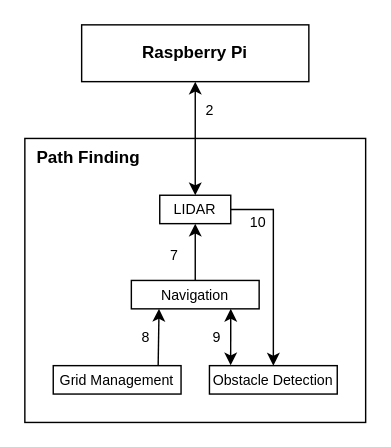
Earlier version of the draw.io diagram documentation/DetailedDesignSpecification/drawio/pathfinding/pathfinding.drawio (tragicfall/Senior-Design). Source tidied: cells renumbered, new cells numbered last; positions are measured from the earlier drawing's top-left corner, leaving out a move shared by most shapes. Both pictures are drawn from the tidied source at 142%, with x=0, y=0 at pixel (24, 24).
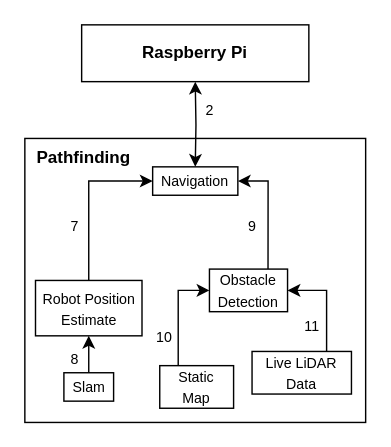
The same diagram, later.

What changed in the source:
```diff
@@
-    <mxCell id="4" value="&lt;b&gt;&amp;nbsp; Path Finding&lt;/b&gt;" style="rounded=0;whiteSpace=wrap;html=1;align=left;verticalAlign=top;" parent="1" vertex="1">
-      <mxGeometry y="80" width="240" height="200" as="geometry" />
-    </mxCell>
-    <mxCell id="5" style="edgeStyle=orthogonalEdgeStyle;rounded=0;jettySize=auto;html=1;exitX=1;exitY=0.5;exitDx=0;exitDy=0;entryX=0.5;entryY=0;entryDx=0;entryDy=0;" parent="1" edge="1" source="6" target="11">
-      <mxGeometry relative="1" as="geometry" />
-    </mxCell>
-    <mxCell id="6" value="&lt;font style=&quot;font-size: 10px;&quot;&gt;LIDAR&lt;/font&gt;" style="rounded=0;whiteSpace=wrap;html=1;" parent="1" vertex="1">
-      <mxGeometry x="95" y="120" width="50" height="20" as="geometry" />
-    </mxCell>
-    <mxCell id="7" style="edgeStyle=orthogonalEdgeStyle;rounded=0;jettySize=auto;html=1;exitX=0.5;exitY=0;exitDx=0;exitDy=0;entryX=0.5;entryY=1;entryDx=0;entryDy=0;" parent="1" edge="1" source="8" target="6">
-      <mxGeometry relative="1" as="geometry" />
-    </mxCell>
+    <mxCell id="18" value="&lt;b&gt;&amp;nbsp; Pathfinding&lt;/b&gt;" style="rounded=0;whiteSpace=wrap;html=1;align=left;verticalAlign=top;" parent="1" vertex="1">
+      <mxGeometry y="80" width="240" height="200" as="geometry" />
+    </mxCell>
     <mxCell id="8" value="&lt;font style=&quot;font-size: 10px;&quot;&gt;Navigation&lt;/font&gt;" style="rounded=0;whiteSpace=wrap;html=1;" parent="1" vertex="1">
-      <mxGeometry x="75" y="180" width="90" height="20" as="geometry" />
+      <mxGeometry x="90" y="100" width="60" height="20" as="geometry" />
     </mxCell>
+    <mxCell id="19" style="edgeStyle=orthogonalEdgeStyle;rounded=0;jettySize=auto;html=1;exitX=0.75;exitY=0;exitDx=0;exitDy=0;entryX=1;entryY=0.5;entryDx=0;entryDy=0;" parent="1" edge="1" source="11" target="8">
+      <mxGeometry relative="1" as="geometry" />
+    </mxCell>
+    <mxCell id="11" value="&lt;font style=&quot;font-size: 10px;&quot;&gt;Obstacle&lt;/font&gt;&lt;div&gt;&lt;font style=&quot;font-size: 10px;&quot;&gt;Detection&lt;/font&gt;&lt;/div&gt;" style="rounded=0;whiteSpace=wrap;html=1;" parent="1" vertex="1">
+      <mxGeometry x="130" y="172" width="55" height="30" as="geometry" />
+    </mxCell>
+    <mxCell id="20" style="edgeStyle=orthogonalEdgeStyle;rounded=0;jettySize=auto;html=1;exitX=0.25;exitY=0;exitDx=0;exitDy=0;entryX=0;entryY=0.5;entryDx=0;entryDy=0;" parent="1" edge="1" source="21" target="11">
+      <mxGeometry relative="1" as="geometry" />
+    </mxCell>
+    <mxCell id="21" value="&lt;span style=&quot;font-size: 10px;&quot;&gt;Static&lt;/span&gt;&lt;div&gt;&lt;span style=&quot;font-size: 10px;&quot;&gt;Map&lt;/span&gt;&lt;/div&gt;" style="rounded=0;whiteSpace=wrap;html=1;" parent="1" vertex="1">
+      <mxGeometry x="95" y="240" width="52" height="30" as="geometry" />
+    </mxCell>
+    <mxCell id="22" style="edgeStyle=orthogonalEdgeStyle;rounded=0;jettySize=auto;html=1;exitX=0.75;exitY=0;exitDx=0;exitDy=0;entryX=1;entryY=0.5;entryDx=0;entryDy=0;" parent="1" edge="1" source="23" target="11">
+      <mxGeometry relative="1" as="geometry" />
+    </mxCell>
+    <mxCell id="23" value="&lt;span style=&quot;font-size: 10px;&quot;&gt;Live LiDAR&lt;/span&gt;&lt;div&gt;&lt;span style=&quot;font-size: 10px;&quot;&gt;Data&lt;/span&gt;&lt;/div&gt;" style="rounded=0;whiteSpace=wrap;html=1;" parent="1" vertex="1">
+      <mxGeometry x="160" y="230" width="70" height="30" as="geometry" />
+    </mxCell>
+    <mxCell id="24" style="edgeStyle=orthogonalEdgeStyle;rounded=0;jettySize=auto;html=1;exitX=0.5;exitY=0;exitDx=0;exitDy=0;entryX=0;entryY=0.5;entryDx=0;entryDy=0;" parent="1" edge="1" source="25" target="8">
+      <mxGeometry relative="1" as="geometry" />
+    </mxCell>
+    <mxCell id="25" value="&lt;span style=&quot;font-size: 10px;&quot;&gt;Robot Position&lt;/span&gt;&lt;div&gt;&lt;span style=&quot;font-size: 10px;&quot;&gt;Estimate&lt;/span&gt;&lt;/div&gt;" style="rounded=0;whiteSpace=wrap;html=1;" parent="1" vertex="1">
+      <mxGeometry x="7.5" y="180" width="75" height="39" as="geometry" />
+    </mxCell>
+    <mxCell id="26" style="edgeStyle=orthogonalEdgeStyle;rounded=0;jettySize=auto;html=1;exitX=0.5;exitY=0;exitDx=0;exitDy=0;entryX=0.5;entryY=1;entryDx=0;entryDy=0;" parent="1" edge="1" source="27" target="25">
+      <mxGeometry relative="1" as="geometry" />
+    </mxCell>
+    <mxCell id="27" value="&lt;font style=&quot;font-size: 10px;&quot;&gt;Slam&lt;/font&gt;" style="rounded=0;whiteSpace=wrap;html=1;" parent="1" vertex="1">
+      <mxGeometry x="27.5" y="245" width="35" height="20" as="geometry" />
+    </mxCell>
+    <mxCell id="15" value="&lt;font style=&quot;font-size: 10px;&quot;&gt;9&lt;/font&gt;" style="text;html=1;align=center;verticalAlign=middle;strokeColor=none;fillColor=none;spacing=-3;" parent="1" vertex="1">
+      <mxGeometry x="150" y="132" width="20" height="20" as="geometry" />
+    </mxCell>
     <mxCell id="9" value="&lt;font style=&quot;font-size: 10px;&quot;&gt;7&lt;/font&gt;" style="text;html=1;align=center;verticalAlign=middle;strokeColor=none;fillColor=none;spacing=-3;" parent="1" vertex="1">
-      <mxGeometry x="95" y="152" width="20" height="20" as="geometry" />
+      <mxGeometry x="24.5" y="132" width="20" height="20" as="geometry" />
     </mxCell>
-    <mxCell id="10" value="&lt;font style=&quot;font-size: 10px;&quot;&gt;Grid Management&lt;/font&gt;" style="rounded=0;whiteSpace=wrap;html=1;" parent="1" vertex="1">
-      <mxGeometry x="20" y="240" width="90" height="20" as="geometry" />
-    </mxCell>
-    <mxCell id="11" value="&lt;font style=&quot;font-size: 10px;&quot;&gt;Obstacle Detection&lt;/font&gt;" style="rounded=0;whiteSpace=wrap;html=1;" parent="1" vertex="1">
-      <mxGeometry x="130" y="240" width="90" height="20" as="geometry" />
-    </mxCell>
-    <mxCell id="12" style="edgeStyle=orthogonalEdgeStyle;rounded=0;jettySize=auto;html=1;exitX=0.166;exitY=-0.012;exitDx=0;exitDy=0;entryX=0.5;entryY=1;entryDx=0;entryDy=0;exitPerimeter=0;startArrow=classic;startFill=1;" parent="1" edge="1" source="11">
-      <mxGeometry relative="1" as="geometry">
-        <mxPoint x="145" y="200" as="targetPoint" />
-      </mxGeometry>
-    </mxCell>
-    <mxCell id="13" style="edgeStyle=orthogonalEdgeStyle;rounded=0;jettySize=auto;html=1;exitX=0.821;exitY=-0.017;exitDx=0;exitDy=0;entryX=0.5;entryY=1;entryDx=0;entryDy=0;exitPerimeter=0;" parent="1" edge="1" source="10">
-      <mxGeometry relative="1" as="geometry">
-        <mxPoint x="94.5" y="200" as="targetPoint" />
-      </mxGeometry>
-    </mxCell>
-    <mxCell id="14" value="&lt;span style=&quot;font-size: 10px;&quot;&gt;8&lt;/span&gt;" style="text;html=1;align=center;verticalAlign=middle;strokeColor=none;fillColor=none;spacing=-3;" parent="1" vertex="1">
-      <mxGeometry x="75" y="210" width="20" height="20" as="geometry" />
+    <mxCell id="14" value="&lt;font style=&quot;font-size: 10px;&quot;&gt;8&lt;/font&gt;" style="text;html=1;align=center;verticalAlign=middle;strokeColor=none;fillColor=none;spacing=-3;" parent="1" vertex="1">
+      <mxGeometry x="24.5" y="225" width="20" height="20" as="geometry" />
     </mxCell>
-    <mxCell id="15" value="&lt;font style=&quot;font-size: 10px;&quot;&gt;9&lt;/font&gt;" style="text;html=1;align=center;verticalAlign=middle;strokeColor=none;fillColor=none;spacing=-3;" parent="1" vertex="1">
-      <mxGeometry x="125" y="210" width="20" height="20" as="geometry" />
-    </mxCell>
     <mxCell id="16" value="&lt;font style=&quot;font-size: 10px;&quot;&gt;10&lt;/font&gt;" style="text;html=1;align=center;verticalAlign=middle;strokeColor=none;fillColor=none;spacing=-3;" parent="1" vertex="1">
-      <mxGeometry x="154" y="129" width="20" height="20" as="geometry" />
+      <mxGeometry x="88" y="210" width="20" height="20" as="geometry" />
     </mxCell>
-    <mxCell id="17" style="edgeStyle=orthogonalEdgeStyle;rounded=0;orthogonalLoop=1;jettySize=auto;html=1;startArrow=classic;startFill=1;" parent="1" edge="1">
-      <mxGeometry relative="1" as="geometry">
-        <mxPoint x="120" y="40" as="sourcePoint" />
-        <mxPoint x="120" y="120" as="targetPoint" />
-      </mxGeometry>
-    </mxCell>
+    <mxCell id="28" value="&lt;font style=&quot;font-size: 10px;&quot;&gt;11&lt;/font&gt;" style="text;html=1;align=center;verticalAlign=middle;strokeColor=none;fillColor=none;spacing=-3;" parent="1" vertex="1">
+      <mxGeometry x="192" y="202" width="20" height="20" as="geometry" />
+    </mxCell>
+    <mxCell id="29" style="edgeStyle=orthogonalEdgeStyle;rounded=0;jettySize=auto;html=1;startArrow=classic;startFill=1;entryX=0.5;entryY=0;entryDx=0;entryDy=0;" parent="1" edge="1" target="8">
+      <mxGeometry relative="1" as="geometry">
+        <mxPoint x="120" y="40" as="sourcePoint" />
+      </mxGeometry>
+    </mxCell>
```
